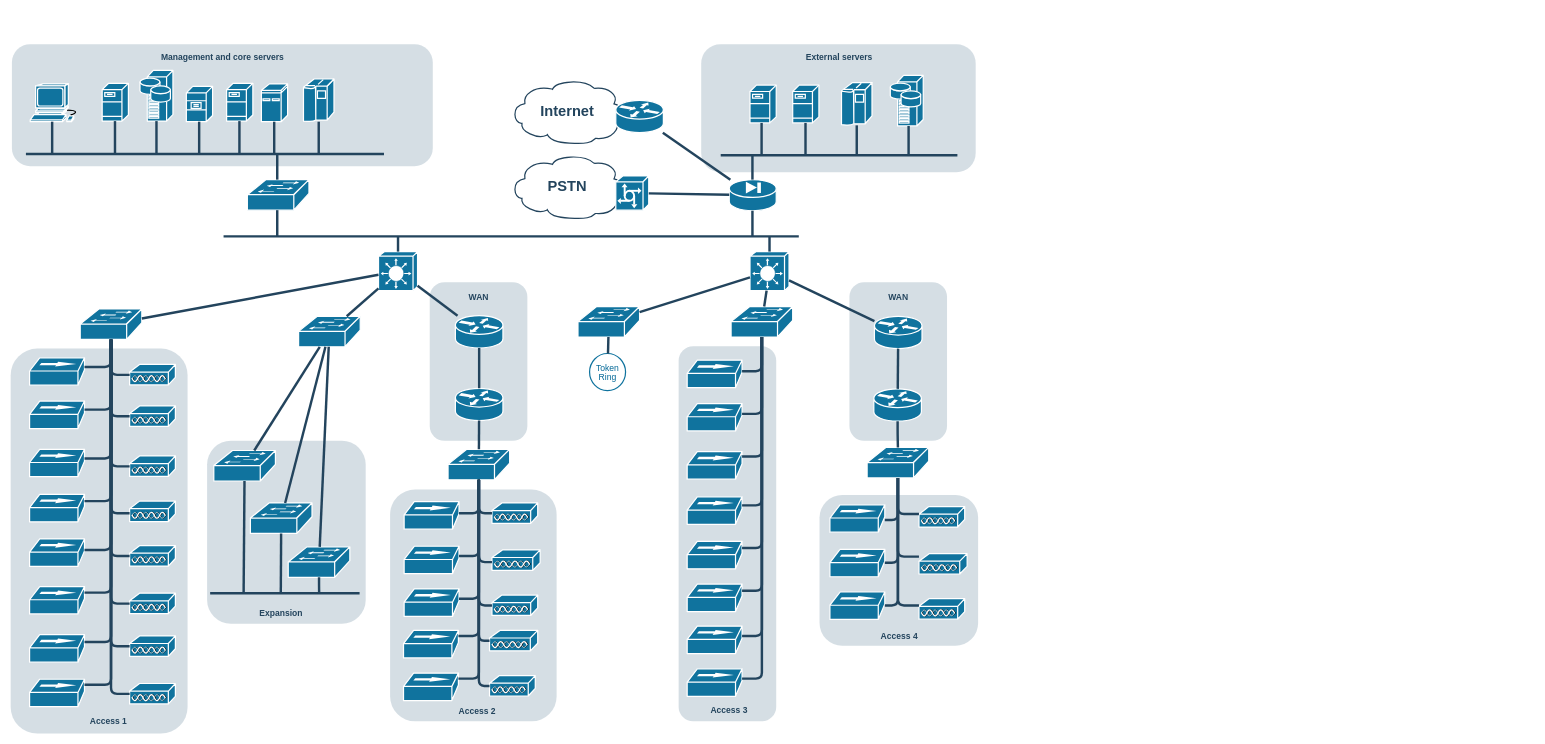
Earlier version of the draw.io diagram Schéma_Réseau_Hébergeur-WEB.drawio (n-gabriele/n-gabriele). Source tidied: cells renumbered, new cells numbered last; positions are measured from the earlier drawing's top-left corner, leaving out a move shared by most shapes. Both pictures are drawn from the tidied source at 61%, with x=0, y=0 at pixel (10, 44).
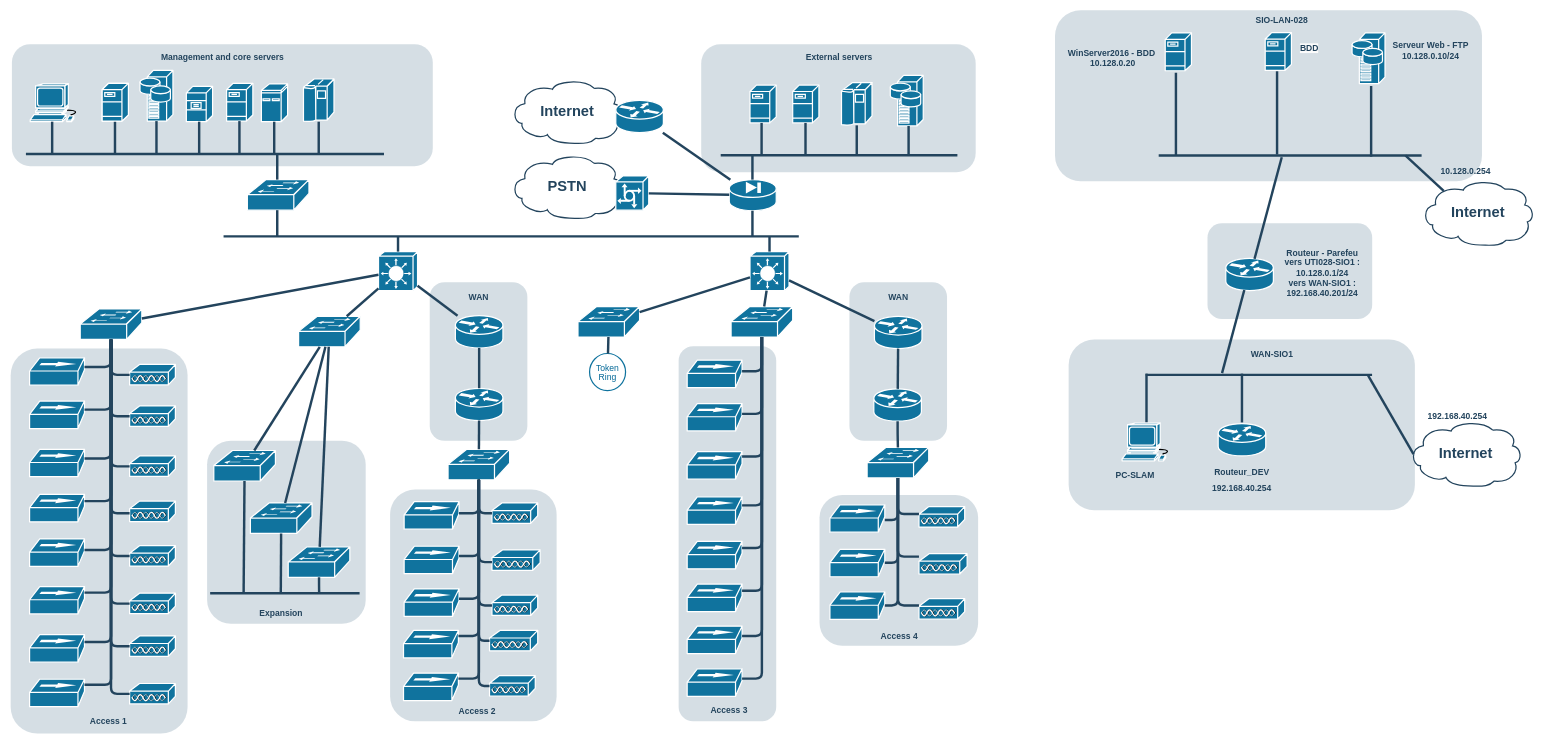
Above is the later version.

Commit message:
Mettre à jour Schéma_Réseau_Hébergeur-WEB.drawio

The edit, as a diff of the source:
```diff
@@
+    <mxCell id="174" style="rounded=1;whiteSpace=wrap;html=1;strokeColor=none;fillColor=#BAC8D3;fontSize=24;fontColor=#23445D;align=center;opacity=60;" parent="1" vertex="1">
+      <mxGeometry x="1962" y="293.5" width="270" height="157" as="geometry" />
+    </mxCell>
+    <mxCell id="175" style="rounded=1;whiteSpace=wrap;html=1;strokeColor=none;fillColor=#BAC8D3;fontSize=24;fontColor=#23445D;align=center;opacity=60;" parent="1" vertex="1">
+      <mxGeometry x="1734.4" y="484" width="567.6" height="280" as="geometry" />
+    </mxCell>
+    <mxCell id="176" style="rounded=1;whiteSpace=wrap;html=1;strokeColor=none;fillColor=#BAC8D3;fontSize=24;fontColor=#23445D;align=center;opacity=60;" parent="1" vertex="1">
+      <mxGeometry x="1712" y="-55.5" width="700" height="280" as="geometry" />
+    </mxCell>
@@
+    <mxCell id="177" style="shape=mxgraph.cisco.routers.router;html=1;dashed=0;fillColor=#10739E;strokeColor=#ffffff;strokeWidth=2;verticalLabelPosition=bottom;verticalAlign=top;fontFamily=Helvetica;fontSize=36;fontColor=#FFB366;" parent="1" vertex="1">
+      <mxGeometry x="1992" y="351" width="78" height="53" as="geometry" />
+    </mxCell>
+    <mxCell id="178" style="line;html=1;strokeColor=#23445D;rotation=105;" parent="1" vertex="1">
+      <mxGeometry x="1933.6" y="466" width="141" height="10" as="geometry" />
+    </mxCell>
+    <mxCell id="179" style="line;html=1;strokeColor=#23445D;rotation=-180;" parent="1" vertex="1">
+      <mxGeometry x="1860.8" y="537" width="371" height="10" as="geometry" />
+    </mxCell>
+    <mxCell id="180" style="line;html=1;strokeColor=#23445D;rotation=-180;" parent="1" vertex="1">
+      <mxGeometry x="1882" y="177.5" width="431" height="10" as="geometry" />
+    </mxCell>
+    <mxCell id="181" style="line;html=1;strokeColor=#23445D;rotation=105;" parent="1" vertex="1">
+      <mxGeometry x="1975.1" y="263.6" width="172.6" height="10" as="geometry" />
+    </mxCell>
+    <mxCell id="182" style="shape=mxgraph.cisco.servers.storage_server;html=1;dashed=0;fillColor=#10739E;strokeColor=#ffffff;strokeWidth=2;verticalLabelPosition=bottom;verticalAlign=top;fontFamily=Helvetica;fontSize=36;fontColor=#FFB366;" parent="1" vertex="1">
+      <mxGeometry x="2199" y="-18.5" width="54" height="83" as="geometry" />
+    </mxCell>
+    <mxCell id="183" value="Internet" style="shape=mxgraph.cisco.storage.cloud;html=1;dashed=0;strokeColor=#23445D;fillColor=#ffffff;strokeWidth=2;fontFamily=Helvetica;fontSize=24;fontColor=#23445D;align=center;fontStyle=1;" parent="1" vertex="1">
+      <mxGeometry x="2312" y="222" width="186" height="108" as="geometry" />
+    </mxCell>
+    <mxCell id="184" style="edgeStyle=none;rounded=1;html=1;strokeColor=#23445D;endArrow=none;endFill=0;strokeWidth=4;entryX=0.2;entryY=0.17;entryDx=0;entryDy=0;entryPerimeter=0;exitX=0.062;exitY=0.517;exitDx=0;exitDy=0;exitPerimeter=0;" parent="1" edge="1" source="180" target="183">
+      <mxGeometry relative="1" as="geometry" />
+    </mxCell>
+    <mxCell id="185" style="shape=mxgraph.cisco.servers.fileserver;html=1;dashed=0;fillColor=#10739E;strokeColor=#ffffff;strokeWidth=2;verticalLabelPosition=bottom;verticalAlign=top;fontFamily=Helvetica;fontSize=36;fontColor=#FFB366;" parent="1" vertex="1">
+      <mxGeometry x="150" y="64" width="43" height="62" as="geometry" />
+    </mxCell>
+    <mxCell id="186" style="shape=mxgraph.cisco.servers.fileserver;html=1;dashed=0;fillColor=#10739E;strokeColor=#ffffff;strokeWidth=2;verticalLabelPosition=bottom;verticalAlign=top;fontFamily=Helvetica;fontSize=36;fontColor=#FFB366;" parent="1" vertex="1">
+      <mxGeometry x="1892.7" y="-18.5" width="43" height="62" as="geometry" />
+    </mxCell>
+    <mxCell id="187" style="line;html=1;strokeColor=#23445D;rotation=90;" parent="1" vertex="1">
+      <mxGeometry x="1842" y="110" width="136.5" height="10" as="geometry" />
+    </mxCell>
+    <mxCell id="188" style="line;html=1;strokeColor=#23445D;rotation=90;" parent="1" vertex="1">
+      <mxGeometry x="2172.3" y="121.4" width="115.9" height="10" as="geometry" />
+    </mxCell>
+    <mxCell id="189" value="&lt;font color=&quot;#23445d&quot;&gt;Routeur - Parefeu&lt;/font&gt;&lt;div&gt;&lt;font color=&quot;#23445d&quot;&gt;vers UTI028-SIO1 :&lt;/font&gt;&lt;/div&gt;&lt;div&gt;&lt;font color=&quot;#23445d&quot;&gt;10.128.0.1/24&lt;/font&gt;&lt;/div&gt;&lt;div&gt;&lt;font color=&quot;#23445d&quot;&gt;vers WAN-SIO1 :&lt;br&gt;&lt;/font&gt;&lt;div&gt;&lt;font color=&quot;#23445d&quot;&gt;192.168.40.201/24&lt;/font&gt;&lt;/div&gt;&lt;/div&gt;" style="rounded=1;whiteSpace=wrap;html=1;strokeColor=none;fillColor=none;fontSize=14;fontColor=#742B21;align=center;fontStyle=1;" parent="1" vertex="1">
+      <mxGeometry x="2079" y="365" width="143" height="20" as="geometry" />
+    </mxCell>
+    <mxCell id="190" value="Internet" style="shape=mxgraph.cisco.storage.cloud;html=1;dashed=0;strokeColor=#23445D;fillColor=#ffffff;strokeWidth=2;fontFamily=Helvetica;fontSize=24;fontColor=#23445D;align=center;fontStyle=1;" parent="1" vertex="1">
+      <mxGeometry x="2292" y="617" width="186" height="108" as="geometry" />
+    </mxCell>
+    <mxCell id="191" style="line;html=1;strokeColor=#23445D;rotation=60;" parent="1" vertex="1">
+      <mxGeometry x="2187.2" y="602" width="150" height="10" as="geometry" />
+    </mxCell>
+    <mxCell id="192" value="&lt;font color=&quot;#23445d&quot;&gt;192.168.40.254&lt;/font&gt;" style="rounded=1;whiteSpace=wrap;html=1;strokeColor=none;fillColor=none;fontSize=14;fontColor=#742B21;align=center;fontStyle=1;" parent="1" vertex="1">
+      <mxGeometry x="2312" y="600.5" width="120" height="19" as="geometry" />
+    </mxCell>
+    <mxCell id="193" value="&lt;font color=&quot;#23445d&quot;&gt;SIO-LAN-028&lt;/font&gt;" style="rounded=1;whiteSpace=wrap;html=1;strokeColor=none;fillColor=none;fontSize=14;fontColor=#742B21;align=center;fontStyle=1;" parent="1" vertex="1">
+      <mxGeometry x="2024" y="-49" width="120" height="19" as="geometry" />
+    </mxCell>
+    <mxCell id="194" value="&lt;font color=&quot;#23445d&quot;&gt;WAN-SIO1&lt;/font&gt;" style="rounded=1;whiteSpace=wrap;html=1;strokeColor=none;fillColor=none;fontSize=14;fontColor=#742B21;align=center;fontStyle=1;" parent="1" vertex="1">
+      <mxGeometry x="2007.8" y="499" width="120" height="19" as="geometry" />
+    </mxCell>
+    <mxCell id="195" style="line;html=1;strokeColor=#23445D;rotation=90;" parent="1" vertex="1">
+      <mxGeometry x="1822" y="575" width="80" height="10" as="geometry" />
+    </mxCell>
+    <mxCell id="196" value="&lt;font color=&quot;#23445d&quot;&gt;Serveur Web - FTP&lt;/font&gt;&lt;div&gt;&lt;div&gt;&lt;font color=&quot;#23445d&quot;&gt;10.128.0.10/24&lt;/font&gt;&lt;/div&gt;&lt;/div&gt;" style="rounded=1;whiteSpace=wrap;html=1;strokeColor=none;fillColor=none;fontSize=14;fontColor=#742B21;align=center;fontStyle=1;" parent="1" vertex="1">
+      <mxGeometry x="2263" width="130" height="19" as="geometry" />
+    </mxCell>
+    <mxCell id="197" value="&lt;font color=&quot;#23445d&quot;&gt;WinServer2016 - BDD&amp;nbsp;&lt;/font&gt;&lt;div&gt;&lt;font color=&quot;#23445d&quot;&gt;10.128.0.20&lt;/font&gt;&lt;/div&gt;" style="rounded=1;whiteSpace=wrap;html=1;strokeColor=none;fillColor=none;fontSize=14;fontColor=#742B21;align=center;fontStyle=1;" parent="1" vertex="1">
+      <mxGeometry x="1732" y="12" width="150" height="19" as="geometry" />
+    </mxCell>
+    <mxCell id="198" style="shape=mxgraph.cisco.servers.fileserver;html=1;dashed=0;fillColor=#10739E;strokeColor=#ffffff;strokeWidth=2;verticalLabelPosition=bottom;verticalAlign=top;fontFamily=Helvetica;fontSize=36;fontColor=#FFB366;" parent="1" vertex="1">
+      <mxGeometry x="2056.6" y="-19" width="43" height="62" as="geometry" />
+    </mxCell>
+    <mxCell id="199" style="line;html=1;strokeColor=#23445D;rotation=90;" parent="1" vertex="1">
+      <mxGeometry x="2007.8" y="107.6" width="136.5" height="10" as="geometry" />
+    </mxCell>
+    <mxCell id="200" style="shape=mxgraph.cisco.computers_and_peripherals.workstation;html=1;dashed=0;fillColor=#10739E;strokeColor=#ffffff;strokeWidth=2;verticalLabelPosition=bottom;verticalAlign=top;fontFamily=Helvetica;fontSize=36;fontColor=#FFB366;" parent="1" vertex="1">
+      <mxGeometry x="1822" y="621" width="83" height="62" as="geometry" />
+    </mxCell>
+    <mxCell id="201" style="line;html=1;strokeColor=#23445D;rotation=90;" parent="1" vertex="1">
+      <mxGeometry x="1978.5" y="575" width="80" height="10" as="geometry" />
+    </mxCell>
+    <mxCell id="202" value="&lt;span style=&quot;color: rgb(35, 68, 93); font-family: Helvetica; font-size: 14px; font-style: normal; font-variant-ligatures: normal; font-variant-caps: normal; font-weight: 700; letter-spacing: normal; orphans: 2; text-align: center; text-indent: 0px; text-transform: none; widows: 2; word-spacing: 0px; -webkit-text-stroke-width: 0px; white-space: normal; background-color: rgb(251, 251, 251); text-decoration-thickness: initial; text-decoration-style: initial; text-decoration-color: initial; display: inline !important; float: none;&quot;&gt;BDD&lt;/span&gt;&lt;div&gt;&lt;span style=&quot;color: rgb(35, 68, 93); font-family: Helvetica; font-size: 14px; font-style: normal; font-variant-ligatures: normal; font-variant-caps: normal; font-weight: 700; letter-spacing: normal; orphans: 2; text-align: center; text-indent: 0px; text-transform: none; widows: 2; word-spacing: 0px; -webkit-text-stroke-width: 0px; white-space: normal; background-color: rgb(251, 251, 251); text-decoration-thickness: initial; text-decoration-style: initial; text-decoration-color: initial; display: inline !important; float: none;&quot;&gt;&lt;br&gt;&lt;/span&gt;&lt;/div&gt;" style="text;whiteSpace=wrap;html=1;" parent="1" vertex="1">
+      <mxGeometry x="2112" y="-8" width="60" height="40" as="geometry" />
+    </mxCell>
+    <mxCell id="203" value="&lt;span style=&quot;background-color: initial; color: rgb(35, 68, 93);&quot;&gt;10.128.0.254&lt;/span&gt;" style="rounded=1;whiteSpace=wrap;html=1;strokeColor=none;fillColor=none;fontSize=14;fontColor=#742B21;align=center;fontStyle=1;" parent="1" vertex="1">
+      <mxGeometry x="2313.5" y="205" width="143" height="5" as="geometry" />
+    </mxCell>
+    <mxCell id="204" value="&lt;font color=&quot;#23445d&quot;&gt;PC-SLAM&lt;/font&gt;" style="rounded=1;whiteSpace=wrap;html=1;strokeColor=none;fillColor=none;fontSize=14;fontColor=#742B21;align=center;fontStyle=1;" parent="1" vertex="1">
+      <mxGeometry x="1772" y="696" width="143" height="20" as="geometry" />
+    </mxCell>
+    <mxCell id="205" style="shape=mxgraph.cisco.routers.router;html=1;dashed=0;fillColor=#10739E;strokeColor=#ffffff;strokeWidth=2;verticalLabelPosition=bottom;verticalAlign=top;fontFamily=Helvetica;fontSize=36;fontColor=#FFB366;" parent="1" vertex="1">
+      <mxGeometry x="1979.5" y="622" width="78" height="53" as="geometry" />
+    </mxCell>
+    <mxCell id="206" value="&lt;font color=&quot;#23445d&quot;&gt;192.168.40.254&lt;/font&gt;" style="rounded=1;whiteSpace=wrap;html=1;strokeColor=none;fillColor=none;fontSize=14;fontColor=#742B21;align=center;fontStyle=1;" parent="1" vertex="1">
+      <mxGeometry x="1947" y="718" width="143" height="20" as="geometry" />
+    </mxCell>
+    <mxCell id="207" value="&lt;font color=&quot;#23445d&quot;&gt;Routeur_DEV&lt;/font&gt;" style="rounded=1;whiteSpace=wrap;html=1;strokeColor=none;fillColor=none;fontSize=14;fontColor=#742B21;align=center;fontStyle=1;" parent="1" vertex="1">
+      <mxGeometry x="1947" y="691" width="143" height="20" as="geometry" />
+    </mxCell>
```
